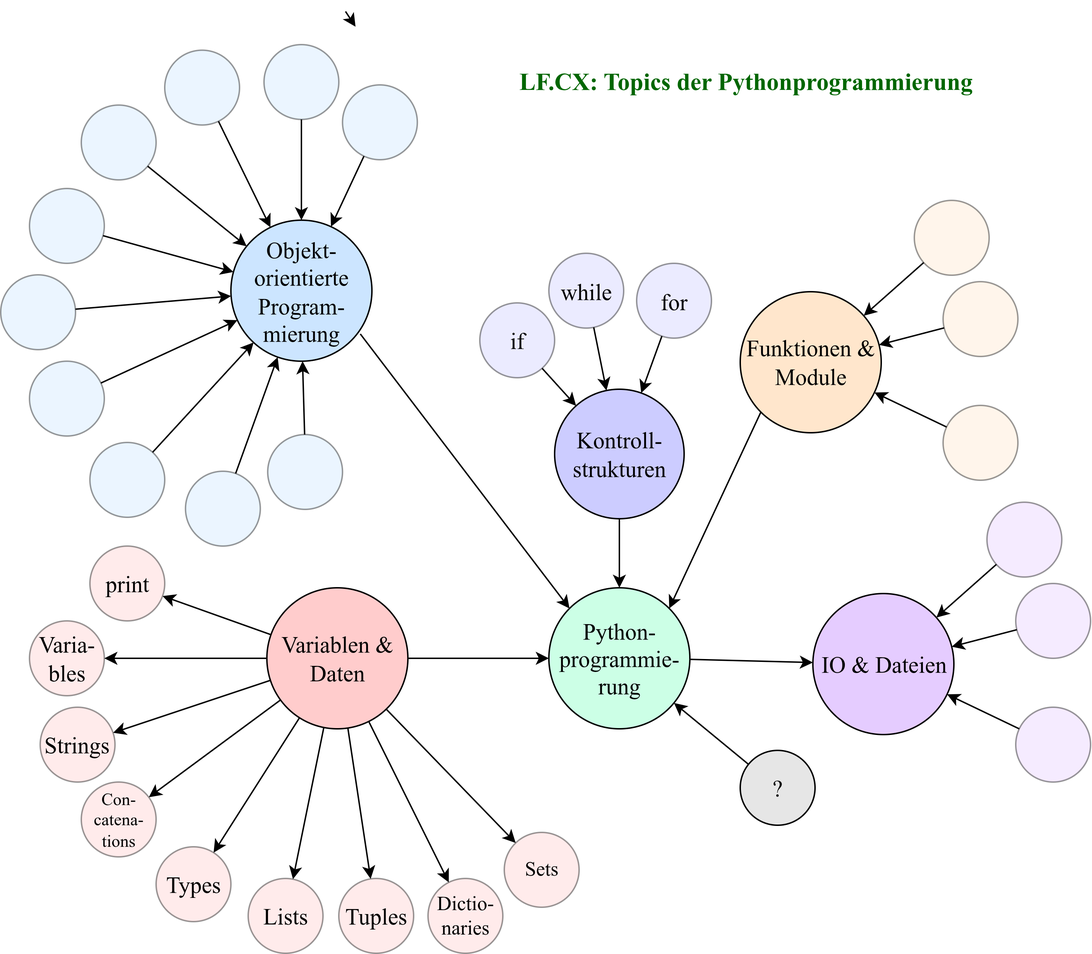
protirone/protico.ltx keeps this draw.io diagram as sources/lf.cx/img.lf/py2go-systematic.png. Above is the earlier version. Source tidied: cells renumbered, new cells last; positions are measured from the earlier drawing's top-left corner, leaving out a move shared by most shapes.
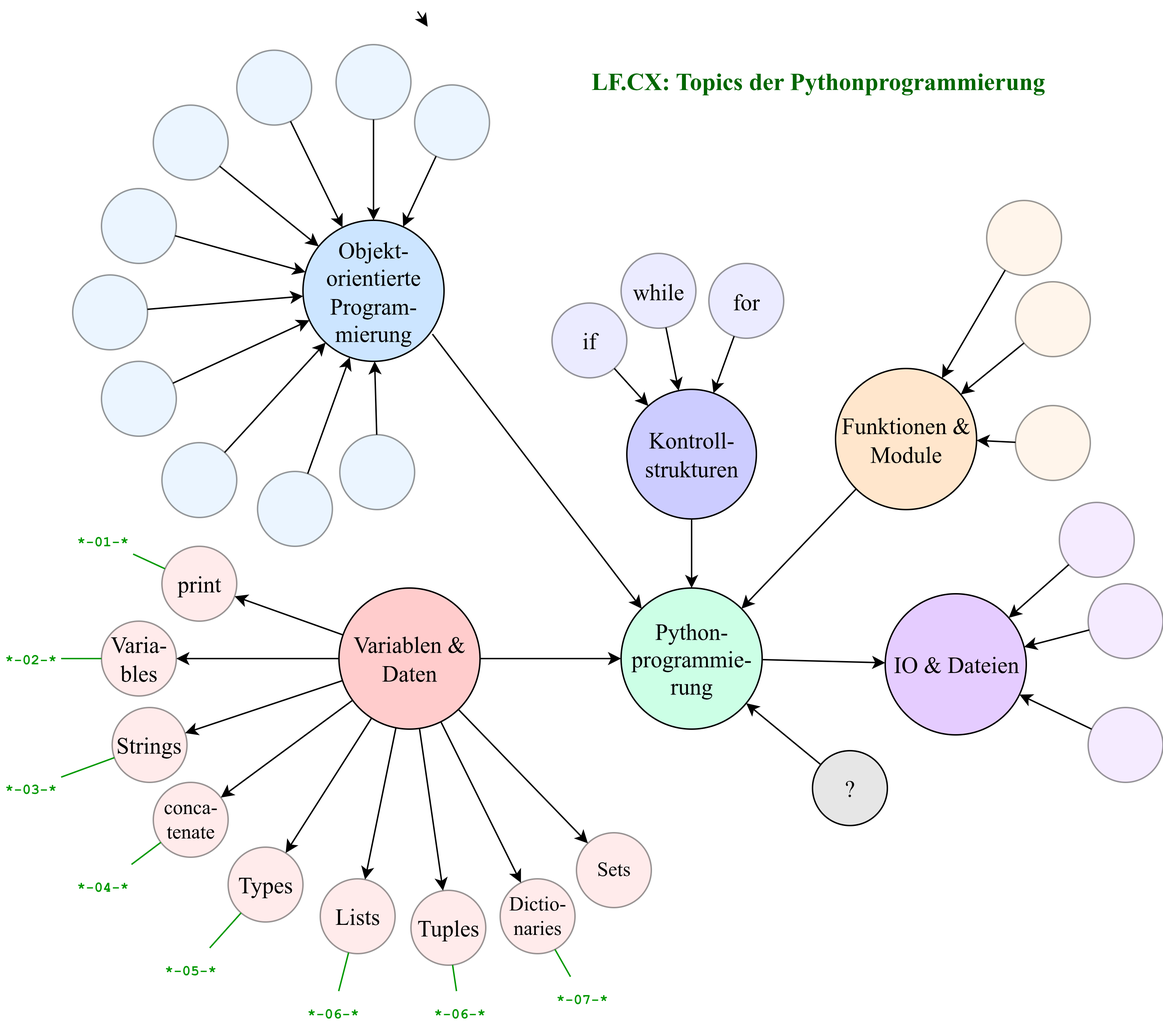
After the change.

The edit, as a diff of the source:
```diff
@@ -12,7 +12,7 @@
       <mxGeometry x="185" y="401" width="98" height="98" as="geometry" />
     </mxCell>
     <mxCell id="5" value="Funktionen &amp;amp; Module" style="ellipse;whiteSpace=wrap;html=1;shapeInside=1;fontFamily=Garamond;fontSize=16;fillColor=#FFE6CC;" parent="1" vertex="1">
-      <mxGeometry x="514" y="195.2" width="98" height="98" as="geometry" />
+      <mxGeometry x="530" y="248.5" width="98" height="98" as="geometry" />
     </mxCell>
     <mxCell id="6" value="Python-programmie-rung" style="ellipse;whiteSpace=wrap;html=1;shapeInside=1;fontFamily=Garamond;fontSize=16;fillColor=#CCFFE6;" parent="1" vertex="1">
       <mxGeometry x="381" y="401" width="98" height="98" as="geometry" />
@@ -152,7 +152,7 @@
     <mxCell id="50" value="Varia-bles" style="ellipse;whiteSpace=wrap;html=1;shapeInside=1;fontFamily=Garamond;fontSize=16;fillColor=#FFCCCC;opacity=40;" parent="1" vertex="1">
       <mxGeometry x="20" y="424" width="52" height="52" as="geometry" />
     </mxCell>
-    <mxCell id="51" value="Con-catena-tions" style="ellipse;whiteSpace=wrap;html=1;shapeInside=1;fontFamily=Garamond;fontSize=12;fillColor=#FFCCCC;opacity=40;" parent="1" vertex="1">
+    <mxCell id="51" value="&lt;font style=&quot;font-size: 14px;&quot;&gt;conca-tenate&lt;/font&gt;" style="ellipse;whiteSpace=wrap;html=1;shapeInside=1;fontFamily=Garamond;fontSize=12;fillColor=#FFCCCC;opacity=40;" parent="1" vertex="1">
       <mxGeometry x="56" y="536" width="52" height="52" as="geometry" />
     </mxCell>
     <mxCell id="52" style="endArrow=classic;html=1;rounded=0;" parent="1" edge="1" source="4" target="51">
@@ -183,7 +183,7 @@
       <mxGeometry x="333" y="37.5" width="370" height="24" as="geometry" />
     </mxCell>
     <mxCell id="61" value="Tuples" style="ellipse;whiteSpace=wrap;html=1;shapeInside=1;fontFamily=Garamond;fontSize=16;fillColor=#FFCCCC;opacity=40;" parent="1" vertex="1">
-      <mxGeometry x="235" y="603" width="52" height="52" as="geometry" />
+      <mxGeometry x="235" y="611" width="52" height="52" as="geometry" />
     </mxCell>
     <mxCell id="62" style="endArrow=classic;html=1;rounded=0;" parent="1" edge="1" source="4" target="61">
       <mxGeometry relative="1" as="geometry" />
@@ -221,5 +221,53 @@
     <mxCell id="73" style="endArrow=classic;html=1;rounded=0;" parent="1" edge="1" source="6" target="66">
       <mxGeometry relative="1" as="geometry" />
     </mxCell>
+    <mxCell id="74" value="&lt;font style=&quot;color: rgb(0, 153, 0); font-size: 10px;&quot; face=&quot;Courier New&quot;&gt;&lt;b style=&quot;&quot;&gt;*-01-*&lt;/b&gt;&lt;/font&gt;" style="text;html=1;align=center;verticalAlign=middle;whiteSpace=wrap;rounded=0;" parent="1" vertex="1">
+      <mxGeometry y="353" width="42" height="30" as="geometry" />
+    </mxCell>
+    <mxCell id="75" style="endArrow=none;html=1;rounded=0;strokeColor=#009900;" parent="1" edge="1" source="49" target="74">
+      <mxGeometry relative="1" as="geometry" />
+    </mxCell>
+    <mxCell id="76" value="&lt;font style=&quot;color: rgb(0, 153, 0); font-size: 10px;&quot; face=&quot;Courier New&quot;&gt;&lt;b style=&quot;&quot;&gt;*-02-*&lt;/b&gt;&lt;/font&gt;" style="text;html=1;align=center;verticalAlign=middle;whiteSpace=wrap;rounded=0;" parent="1" vertex="1">
+      <mxGeometry x="-50" y="435" width="42" height="30" as="geometry" />
+    </mxCell>
+    <mxCell id="77" style="endArrow=none;html=1;rounded=0;strokeColor=#009900;" parent="1" edge="1" source="50" target="76">
+      <mxGeometry relative="1" as="geometry" />
+    </mxCell>
+    <mxCell id="78" value="&lt;font style=&quot;color: rgb(0, 153, 0); font-size: 10px;&quot; face=&quot;Courier New&quot;&gt;&lt;b style=&quot;&quot;&gt;*-03-*&lt;/b&gt;&lt;/font&gt;" style="text;html=1;align=center;verticalAlign=middle;whiteSpace=wrap;rounded=0;" parent="1" vertex="1">
+      <mxGeometry x="-50" y="525" width="42" height="30" as="geometry" />
+    </mxCell>
+    <mxCell id="79" value="&lt;font style=&quot;color: rgb(0, 153, 0); font-size: 10px;&quot; face=&quot;Courier New&quot;&gt;&lt;b style=&quot;&quot;&gt;*-04-*&lt;/b&gt;&lt;/font&gt;" style="text;html=1;align=center;verticalAlign=middle;whiteSpace=wrap;rounded=0;" parent="1" vertex="1">
+      <mxGeometry y="593" width="42" height="30" as="geometry" />
+    </mxCell>
+    <mxCell id="80" value="&lt;font style=&quot;color: rgb(0, 153, 0); font-size: 10px;&quot; face=&quot;Courier New&quot;&gt;&lt;b style=&quot;&quot;&gt;*-05-*&lt;/b&gt;&lt;/font&gt;" style="text;html=1;align=center;verticalAlign=middle;whiteSpace=wrap;rounded=0;" parent="1" vertex="1">
+      <mxGeometry x="61" y="651" width="42" height="30" as="geometry" />
+    </mxCell>
+    <mxCell id="81" value="&lt;font style=&quot;color: rgb(0, 153, 0); font-size: 10px;&quot; face=&quot;Courier New&quot;&gt;&lt;b style=&quot;&quot;&gt;*-06-*&lt;/b&gt;&lt;/font&gt;" style="text;html=1;align=center;verticalAlign=middle;whiteSpace=wrap;rounded=0;" parent="1" vertex="1">
+      <mxGeometry x="160" y="681" width="42" height="30" as="geometry" />
+    </mxCell>
+    <mxCell id="82" style="endArrow=none;html=1;rounded=0;strokeColor=#009900;" parent="1" edge="1" source="44" target="78">
+      <mxGeometry relative="1" as="geometry" />
+    </mxCell>
+    <mxCell id="83" style="endArrow=none;html=1;rounded=0;strokeColor=#009900;" parent="1" edge="1" source="51" target="79">
+      <mxGeometry relative="1" as="geometry" />
+    </mxCell>
+    <mxCell id="84" style="endArrow=none;html=1;rounded=0;strokeColor=#009900;" parent="1" edge="1" source="17" target="80">
+      <mxGeometry relative="1" as="geometry" />
+    </mxCell>
+    <mxCell id="85" style="endArrow=none;html=1;rounded=0;strokeColor=#009900;" parent="1" edge="1" source="18" target="81">
+      <mxGeometry relative="1" as="geometry" />
+    </mxCell>
+    <mxCell id="86" value="&lt;font style=&quot;color: rgb(0, 153, 0); font-size: 10px;&quot; face=&quot;Courier New&quot;&gt;&lt;b style=&quot;&quot;&gt;*-06-*&lt;/b&gt;&lt;/font&gt;" style="text;html=1;align=center;verticalAlign=middle;whiteSpace=wrap;rounded=0;" parent="1" vertex="1">
+      <mxGeometry x="247.6" y="681" width="42" height="30" as="geometry" />
+    </mxCell>
+    <mxCell id="87" style="endArrow=none;html=1;rounded=0;strokeColor=#009900;" parent="1" edge="1" source="61" target="86">
+      <mxGeometry relative="1" as="geometry" />
+    </mxCell>
+    <mxCell id="88" value="&lt;font style=&quot;color: rgb(0, 153, 0); font-size: 10px;&quot; face=&quot;Courier New&quot;&gt;&lt;b style=&quot;&quot;&gt;*-07-*&lt;/b&gt;&lt;/font&gt;" style="text;html=1;align=center;verticalAlign=middle;whiteSpace=wrap;rounded=0;" parent="1" vertex="1">
+      <mxGeometry x="333" y="671" width="42" height="30" as="geometry" />
+    </mxCell>
+    <mxCell id="89" style="endArrow=none;html=1;rounded=0;strokeColor=#009900;" parent="1" edge="1" source="63" target="88">
+      <mxGeometry relative="1" as="geometry" />
+    </mxCell>
   </root>
 </mxGraphModel>
```
